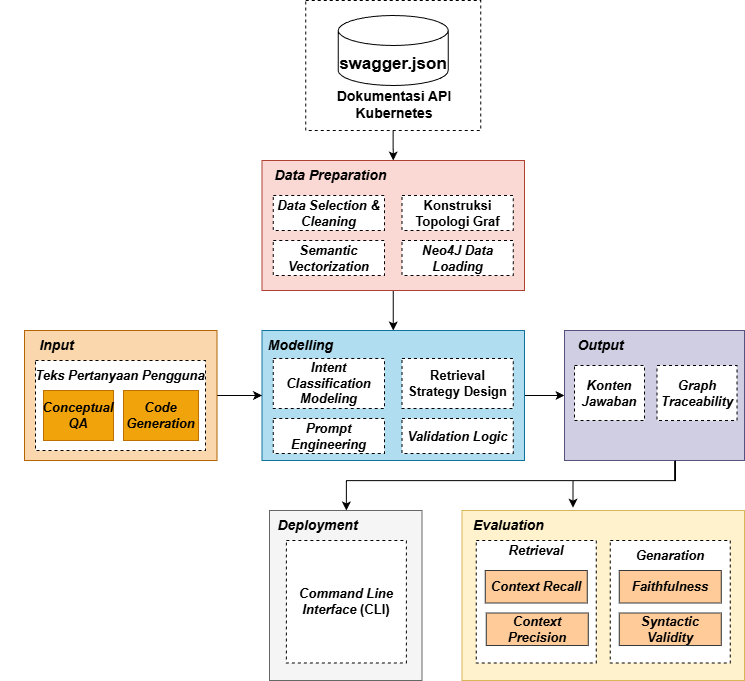
Above: docs/TA-STI-template-1.0/images/Solusi-Methodology.png in jijiau/Tugas-Akhir-GraphRAG-Kubernetes (draw.io), before the change. Source tidied: cells renumbered, new cells last; positions are measured from the earlier drawing's top-left corner, leaving out a move shared by most shapes. Source of this version:
```xml
<mxGraphModel>
  <root>
    <mxCell id="0" />
    <mxCell id="1" parent="0" />
    <mxCell id="2" style="edgeStyle=orthogonalEdgeStyle;rounded=0;jettySize=auto;html=1;entryX=0.5;entryY=0;entryDx=0;entryDy=0;fontSize=13;fontStyle=1;" parent="1" edge="1" source="3" target="7">
      <mxGeometry relative="1" as="geometry" />
    </mxCell>
    <mxCell id="3" style="rounded=0;whiteSpace=wrap;html=1;dashed=1;fontStyle=1;" parent="1" vertex="1">
      <mxGeometry x="305.2" width="175" height="130" as="geometry" />
    </mxCell>
    <mxCell id="4" value="swagger.json" style="shape=cylinder3;whiteSpace=wrap;html=1;boundedLbl=1;backgroundOutline=1;size=15;fontSize=17;fontStyle=1;" parent="1" vertex="1">
      <mxGeometry x="337.8" y="15" width="110" height="70" as="geometry" />
    </mxCell>
    <mxCell id="5" value="Dokumentasi API Kubernetes" style="text;html=1;whiteSpace=wrap;strokeColor=none;fillColor=none;align=center;verticalAlign=middle;rounded=0;fontStyle=1;fontSize=14;" parent="1" vertex="1">
      <mxGeometry x="327.2" y="89" width="133.8" height="30" as="geometry" />
    </mxCell>
    <mxCell id="6" style="edgeStyle=orthogonalEdgeStyle;rounded=0;jettySize=auto;html=1;fontSize=13;fontStyle=1;" parent="1" edge="1" source="7" target="14">
      <mxGeometry relative="1" as="geometry" />
    </mxCell>
    <mxCell id="7" style="rounded=0;whiteSpace=wrap;html=1;fillColor=#fad9d5;strokeColor=#ae4132;fontSize=13;fontStyle=1;" parent="1" vertex="1">
      <mxGeometry x="261.5" y="160" width="262.5" height="130" as="geometry" />
    </mxCell>
    <mxCell id="8" value="Data Preparation" style="text;html=1;whiteSpace=wrap;strokeColor=none;fillColor=none;align=center;verticalAlign=middle;rounded=0;fontStyle=3;strokeWidth=2;labelBorderColor=none;fontSize=14;" parent="1" vertex="1">
      <mxGeometry x="248.5" y="160" width="162.5" height="30" as="geometry" />
    </mxCell>
    <mxCell id="9" value="&lt;i&gt;Data Selection &amp;amp; Cleaning&lt;/i&gt;" style="rounded=0;whiteSpace=wrap;html=1;dashed=1;fontSize=13;fontStyle=1;" parent="1" vertex="1">
      <mxGeometry x="272.8" y="195" width="111.2" height="35" as="geometry" />
    </mxCell>
    <mxCell id="10" value="Konstruksi Topologi Graf" style="rounded=0;whiteSpace=wrap;html=1;dashed=1;fontSize=13;fontStyle=1;" parent="1" vertex="1">
      <mxGeometry x="401.5" y="195" width="111.2" height="35" as="geometry" />
    </mxCell>
    <mxCell id="11" value="&lt;i&gt;Semantic Vectorization&lt;/i&gt;" style="rounded=0;whiteSpace=wrap;html=1;dashed=1;fontSize=13;fontStyle=1;" parent="1" vertex="1">
      <mxGeometry x="272.8" y="240" width="111.2" height="35" as="geometry" />
    </mxCell>
    <mxCell id="12" value="&lt;i&gt;Neo4J Data Loading&lt;/i&gt;" style="rounded=0;whiteSpace=wrap;html=1;dashed=1;fontSize=13;fontStyle=1;" parent="1" vertex="1">
      <mxGeometry x="401.5" y="240" width="111.2" height="35" as="geometry" />
    </mxCell>
    <mxCell id="13" style="edgeStyle=orthogonalEdgeStyle;rounded=0;jettySize=auto;html=1;entryX=0;entryY=0.5;entryDx=0;entryDy=0;fontSize=13;fontStyle=1;" parent="1" edge="1" target="28">
      <mxGeometry relative="1" as="geometry">
        <mxPoint x="504" y="395" as="sourcePoint" />
      </mxGeometry>
    </mxCell>
    <mxCell id="14" style="rounded=0;whiteSpace=wrap;html=1;fillColor=#b1ddf0;strokeColor=#10739e;fontSize=13;fontStyle=1;" parent="1" vertex="1">
      <mxGeometry x="261.5" y="330" width="262.5" height="130" as="geometry" />
    </mxCell>
    <mxCell id="15" value="&lt;i&gt;Modelling&lt;/i&gt;" style="text;html=1;whiteSpace=wrap;strokeColor=none;fillColor=none;align=center;verticalAlign=middle;rounded=0;fontStyle=1;strokeWidth=2;labelBorderColor=none;fontSize=14;" parent="1" vertex="1">
      <mxGeometry x="244" y="330" width="112.5" height="30" as="geometry" />
    </mxCell>
    <mxCell id="16" value="&lt;i&gt;&lt;font style=&quot;font-size: 13px;&quot;&gt;Intent Classification Modeling&lt;/font&gt;&lt;/i&gt;" style="rounded=0;whiteSpace=wrap;html=1;dashed=1;fontSize=12;fontStyle=1;" parent="1" vertex="1">
      <mxGeometry x="272.8" y="358" width="111.2" height="50" as="geometry" />
    </mxCell>
    <mxCell id="17" value="Retrieval Strategy Design" style="rounded=0;whiteSpace=wrap;html=1;dashed=1;fontSize=13;fontStyle=1;" parent="1" vertex="1">
      <mxGeometry x="401.5" y="358" width="111.2" height="50" as="geometry" />
    </mxCell>
    <mxCell id="18" value="&lt;i&gt;Prompt Engineering&lt;/i&gt;" style="rounded=0;whiteSpace=wrap;html=1;dashed=1;fontSize=13;fontStyle=1;" parent="1" vertex="1">
      <mxGeometry x="272.8" y="418" width="111.2" height="35" as="geometry" />
    </mxCell>
    <mxCell id="19" value="&lt;i&gt;Validation Logic&lt;/i&gt;" style="rounded=0;whiteSpace=wrap;html=1;dashed=1;fontSize=13;fontStyle=1;" parent="1" vertex="1">
      <mxGeometry x="401.5" y="418" width="111.2" height="35" as="geometry" />
    </mxCell>
    <mxCell id="20" style="edgeStyle=orthogonalEdgeStyle;rounded=0;jettySize=auto;html=1;entryX=0;entryY=0.5;entryDx=0;entryDy=0;fontSize=13;fontStyle=1;" parent="1" edge="1" source="21" target="14">
      <mxGeometry relative="1" as="geometry" />
    </mxCell>
    <mxCell id="21" style="rounded=0;whiteSpace=wrap;html=1;fillColor=#fad7ac;strokeColor=#b46504;fontSize=13;fontStyle=1;" parent="1" vertex="1">
      <mxGeometry x="24" y="330" width="192.5" height="130" as="geometry" />
    </mxCell>
    <mxCell id="22" value="Input" style="text;html=1;whiteSpace=wrap;strokeColor=none;fillColor=none;align=center;verticalAlign=middle;rounded=0;fontStyle=3;strokeWidth=2;labelBorderColor=none;fontSize=14;" parent="1" vertex="1">
      <mxGeometry x="-0.5" y="330" width="112.5" height="30" as="geometry" />
    </mxCell>
    <mxCell id="23" style="rounded=0;whiteSpace=wrap;html=1;dashed=1;fontSize=13;fontStyle=1;" parent="1" vertex="1">
      <mxGeometry x="35" y="360" width="170" height="90" as="geometry" />
    </mxCell>
    <mxCell id="24" value="&lt;i style=&quot;&quot;&gt;Teks Pertanyaan Pengguna&lt;/i&gt;" style="text;html=1;whiteSpace=wrap;strokeColor=none;fillColor=none;align=center;verticalAlign=middle;rounded=0;fontStyle=1;strokeWidth=2;labelBorderColor=none;fontSize=13;" parent="1" vertex="1">
      <mxGeometry x="30.2" y="360" width="180" height="30" as="geometry" />
    </mxCell>
    <mxCell id="25" value="&lt;i&gt;Conceptual QA&lt;/i&gt;" style="rounded=0;whiteSpace=wrap;html=1;fillColor=#f0a30a;fontColor=#000000;strokeColor=#BD7000;fontSize=13;fontStyle=1;" parent="1" vertex="1">
      <mxGeometry x="43" y="390" width="70" height="50" as="geometry" />
    </mxCell>
    <mxCell id="26" value="&lt;i&gt;Code Generation&lt;/i&gt;" style="rounded=0;whiteSpace=wrap;html=1;fillColor=#f0a30a;fontColor=#000000;strokeColor=#BD7000;fontSize=13;fontStyle=1;" parent="1" vertex="1">
      <mxGeometry x="123" y="390" width="75" height="50" as="geometry" />
    </mxCell>
    <mxCell id="27" style="edgeStyle=orthogonalEdgeStyle;rounded=0;jettySize=auto;html=1;entryX=0.75;entryY=0;entryDx=0;entryDy=0;exitX=0.423;exitY=1;exitDx=0;exitDy=0;exitPerimeter=0;fontSize=13;fontStyle=1;" parent="1" edge="1" target="44">
      <mxGeometry relative="1" as="geometry">
        <mxPoint x="678" y="460" as="sourcePoint" />
        <Array as="points">
          <mxPoint x="674" y="460" />
          <mxPoint x="674" y="480" />
          <mxPoint x="346" y="480" />
        </Array>
      </mxGeometry>
    </mxCell>
    <mxCell id="28" style="rounded=0;whiteSpace=wrap;html=1;fillColor=#d0cee2;strokeColor=#56517e;fontSize=13;fontStyle=1;" parent="1" vertex="1">
      <mxGeometry x="564" y="330" width="180" height="130" as="geometry" />
    </mxCell>
    <mxCell id="29" value="&lt;i&gt;Output&lt;/i&gt;" style="text;html=1;whiteSpace=wrap;strokeColor=none;fillColor=none;align=center;verticalAlign=middle;rounded=0;fontStyle=1;strokeWidth=2;labelBorderColor=none;fontSize=14;" parent="1" vertex="1">
      <mxGeometry x="544" y="330" width="112.5" height="30" as="geometry" />
    </mxCell>
    <mxCell id="30" value="&lt;i&gt;Konten Jawaban&lt;/i&gt;" style="rounded=0;whiteSpace=wrap;html=1;dashed=1;fontSize=13;fontStyle=1;" parent="1" vertex="1">
      <mxGeometry x="574" y="365" width="70" height="55" as="geometry" />
    </mxCell>
    <mxCell id="31" value="&lt;i&gt;Graph Traceability&lt;/i&gt;" style="rounded=0;whiteSpace=wrap;html=1;dashed=1;fontSize=13;fontStyle=1;" parent="1" vertex="1">
      <mxGeometry x="656.5" y="365" width="80" height="55" as="geometry" />
    </mxCell>
    <mxCell id="32" style="rounded=0;whiteSpace=wrap;html=1;fillColor=#fff2cc;strokeColor=#d6b656;fontSize=13;fontStyle=1;" parent="1" vertex="1">
      <mxGeometry x="461.5" y="510" width="282.5" height="170" as="geometry" />
    </mxCell>
    <mxCell id="33" value="&lt;i&gt;Evaluation&lt;/i&gt;" style="text;html=1;whiteSpace=wrap;strokeColor=none;fillColor=none;align=center;verticalAlign=middle;rounded=0;fontStyle=1;strokeWidth=2;labelBorderColor=none;fontSize=14;" parent="1" vertex="1">
      <mxGeometry x="451.5" y="510" width="112.5" height="30" as="geometry" />
    </mxCell>
    <mxCell id="34" style="rounded=0;whiteSpace=wrap;html=1;dashed=1;fontSize=13;fontStyle=1;" parent="1" vertex="1">
      <mxGeometry x="475.8" y="540" width="120" height="122.5" as="geometry" />
    </mxCell>
    <mxCell id="35" style="rounded=0;whiteSpace=wrap;html=1;dashed=1;fontSize=13;fontStyle=1;" parent="1" vertex="1">
      <mxGeometry x="609.8" y="540" width="120" height="122.5" as="geometry" />
    </mxCell>
    <mxCell id="36" value="&lt;i style=&quot;&quot;&gt;Retrieval&lt;/i&gt;" style="text;html=1;whiteSpace=wrap;strokeColor=none;fillColor=none;align=center;verticalAlign=middle;rounded=0;fontStyle=1;strokeWidth=2;labelBorderColor=none;fontSize=13;" parent="1" vertex="1">
      <mxGeometry x="485.8" y="530" width="100" height="40" as="geometry" />
    </mxCell>
    <mxCell id="37" value="&lt;i style=&quot;&quot;&gt;Genaration&lt;/i&gt;" style="text;html=1;whiteSpace=wrap;strokeColor=none;fillColor=none;align=center;verticalAlign=middle;rounded=0;fontStyle=1;strokeWidth=2;labelBorderColor=none;fontSize=13;" parent="1" vertex="1">
      <mxGeometry x="619.8" y="540" width="100" height="30" as="geometry" />
    </mxCell>
    <mxCell id="38" value="&lt;i&gt;Context Recall&lt;/i&gt;" style="rounded=0;whiteSpace=wrap;html=1;fillColor=#ffcc99;strokeColor=#36393d;fontSize=13;fontStyle=1;" parent="1" vertex="1">
      <mxGeometry x="484.8" y="570" width="102" height="32.5" as="geometry" />
    </mxCell>
    <mxCell id="39" value="&lt;i&gt;Context Precision&lt;/i&gt;" style="rounded=0;whiteSpace=wrap;html=1;fillColor=#ffcc99;strokeColor=#36393d;fontSize=13;fontStyle=1;" parent="1" vertex="1">
      <mxGeometry x="485.8" y="612.5" width="102" height="32.5" as="geometry" />
    </mxCell>
    <mxCell id="40" value="&lt;i&gt;Faithfulness&lt;/i&gt;" style="rounded=0;whiteSpace=wrap;html=1;fillColor=#ffcc99;strokeColor=#36393d;fontSize=13;fontStyle=1;" parent="1" vertex="1">
      <mxGeometry x="618.8" y="570" width="102" height="32.5" as="geometry" />
    </mxCell>
    <mxCell id="41" value="&lt;i&gt;Syntactic Validity&lt;/i&gt;" style="rounded=0;whiteSpace=wrap;html=1;fillColor=#ffcc99;strokeColor=#36393d;fontSize=13;fontStyle=1;" parent="1" vertex="1">
      <mxGeometry x="618.8" y="612.5" width="102" height="32.5" as="geometry" />
    </mxCell>
    <mxCell id="42" style="edgeStyle=orthogonalEdgeStyle;rounded=0;jettySize=auto;html=1;entryX=0.393;entryY=-0.017;entryDx=0;entryDy=0;entryPerimeter=0;fontSize=13;fontStyle=1;" parent="1" edge="1" target="32">
      <mxGeometry relative="1" as="geometry">
        <mxPoint x="675" y="460" as="sourcePoint" />
        <Array as="points">
          <mxPoint x="675" y="480" />
          <mxPoint x="572" y="480" />
        </Array>
      </mxGeometry>
    </mxCell>
    <mxCell id="43" style="rounded=0;whiteSpace=wrap;html=1;fillColor=#f5f5f5;strokeColor=#666666;fontColor=#333333;fontSize=13;fontStyle=1;" parent="1" vertex="1">
      <mxGeometry x="269" y="510" width="152.5" height="170" as="geometry" />
    </mxCell>
    <mxCell id="44" value="&lt;i&gt;Deployment&lt;/i&gt;" style="text;html=1;whiteSpace=wrap;strokeColor=none;fillColor=none;align=center;verticalAlign=middle;rounded=0;fontStyle=1;strokeWidth=2;labelBorderColor=none;fontSize=14;" parent="1" vertex="1">
      <mxGeometry x="261.5" y="510" width="112.5" height="30" as="geometry" />
    </mxCell>
    <mxCell id="45" value="&lt;i&gt;Command Line Interface &lt;/i&gt;(CLI)" style="rounded=0;whiteSpace=wrap;html=1;dashed=1;fontSize=13;fontStyle=1;" parent="1" vertex="1">
      <mxGeometry x="285.9" y="540" width="120" height="122.5" as="geometry" />
    </mxCell>
  </root>
</mxGraphModel>
```
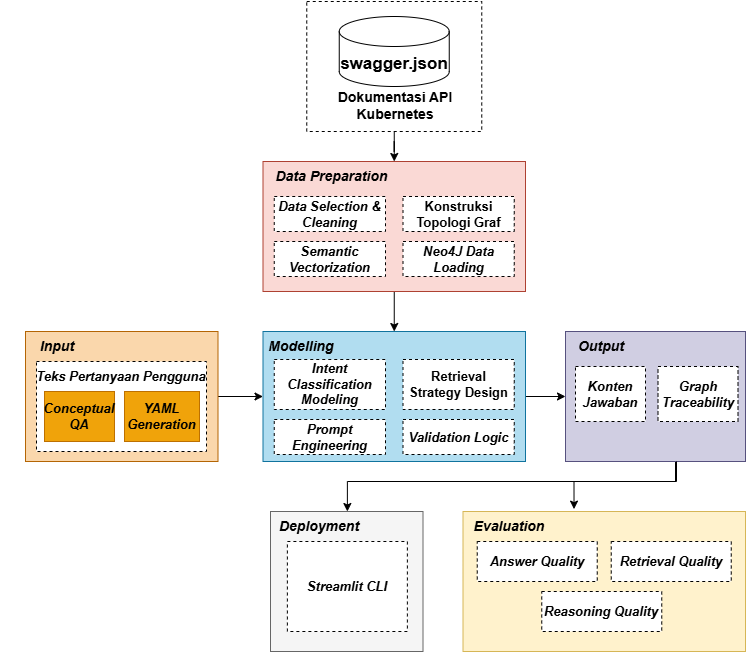
The same file after the commit.

Change to the diagram source:
```diff
@@ -76,7 +76,7 @@
     <mxCell id="25" value="&lt;i&gt;Conceptual QA&lt;/i&gt;" style="rounded=0;whiteSpace=wrap;html=1;fillColor=#f0a30a;fontColor=#000000;strokeColor=#BD7000;fontSize=13;fontStyle=1;" parent="1" vertex="1">
       <mxGeometry x="43" y="390" width="70" height="50" as="geometry" />
     </mxCell>
-    <mxCell id="26" value="&lt;i&gt;Code Generation&lt;/i&gt;" style="rounded=0;whiteSpace=wrap;html=1;fillColor=#f0a30a;fontColor=#000000;strokeColor=#BD7000;fontSize=13;fontStyle=1;" parent="1" vertex="1">
+    <mxCell id="26" value="&lt;i&gt;YAML Generation&lt;/i&gt;" style="rounded=0;whiteSpace=wrap;html=1;fillColor=#f0a30a;fontColor=#000000;strokeColor=#BD7000;fontSize=13;fontStyle=1;" parent="1" vertex="1">
       <mxGeometry x="123" y="390" width="75" height="50" as="geometry" />
     </mxCell>
     <mxCell id="27" style="edgeStyle=orthogonalEdgeStyle;rounded=0;jettySize=auto;html=1;entryX=0.75;entryY=0;entryDx=0;entryDy=0;exitX=0.423;exitY=1;exitDx=0;exitDy=0;exitPerimeter=0;fontSize=13;fontStyle=1;" parent="1" edge="1" target="44">
@@ -102,35 +102,23 @@
       <mxGeometry x="656.5" y="365" width="80" height="55" as="geometry" />
     </mxCell>
     <mxCell id="32" style="rounded=0;whiteSpace=wrap;html=1;fillColor=#fff2cc;strokeColor=#d6b656;fontSize=13;fontStyle=1;" parent="1" vertex="1">
-      <mxGeometry x="461.5" y="510" width="282.5" height="170" as="geometry" />
+      <mxGeometry x="461.5" y="510" width="282.5" height="140" as="geometry" />
     </mxCell>
     <mxCell id="33" value="&lt;i&gt;Evaluation&lt;/i&gt;" style="text;html=1;whiteSpace=wrap;strokeColor=none;fillColor=none;align=center;verticalAlign=middle;rounded=0;fontStyle=1;strokeWidth=2;labelBorderColor=none;fontSize=14;" parent="1" vertex="1">
       <mxGeometry x="451.5" y="510" width="112.5" height="30" as="geometry" />
     </mxCell>
     <mxCell id="34" style="rounded=0;whiteSpace=wrap;html=1;dashed=1;fontSize=13;fontStyle=1;" parent="1" vertex="1">
-      <mxGeometry x="475.8" y="540" width="120" height="122.5" as="geometry" />
+      <mxGeometry x="475.8" y="540" width="120" height="40" as="geometry" />
     </mxCell>
     <mxCell id="35" style="rounded=0;whiteSpace=wrap;html=1;dashed=1;fontSize=13;fontStyle=1;" parent="1" vertex="1">
-      <mxGeometry x="609.8" y="540" width="120" height="122.5" as="geometry" />
+      <mxGeometry x="609.8" y="540" width="120" height="40" as="geometry" />
     </mxCell>
-    <mxCell id="36" value="&lt;i style=&quot;&quot;&gt;Retrieval&lt;/i&gt;" style="text;html=1;whiteSpace=wrap;strokeColor=none;fillColor=none;align=center;verticalAlign=middle;rounded=0;fontStyle=1;strokeWidth=2;labelBorderColor=none;fontSize=13;" parent="1" vertex="1">
-      <mxGeometry x="485.8" y="530" width="100" height="40" as="geometry" />
+    <mxCell id="36" value="&lt;i style=&quot;&quot;&gt;Answer Quality&lt;/i&gt;" style="text;html=1;whiteSpace=wrap;strokeColor=none;fillColor=none;align=center;verticalAlign=middle;rounded=0;fontStyle=1;strokeWidth=2;labelBorderColor=none;fontSize=13;" parent="1" vertex="1">
+      <mxGeometry x="485.8" y="540" width="100" height="40" as="geometry" />
     </mxCell>
-    <mxCell id="37" value="&lt;i style=&quot;&quot;&gt;Genaration&lt;/i&gt;" style="text;html=1;whiteSpace=wrap;strokeColor=none;fillColor=none;align=center;verticalAlign=middle;rounded=0;fontStyle=1;strokeWidth=2;labelBorderColor=none;fontSize=13;" parent="1" vertex="1">
-      <mxGeometry x="619.8" y="540" width="100" height="30" as="geometry" />
+    <mxCell id="37" value="&lt;i&gt;Retrieval Quality&lt;/i&gt;" style="text;html=1;whiteSpace=wrap;strokeColor=none;fillColor=none;align=center;verticalAlign=middle;rounded=0;fontStyle=1;strokeWidth=2;labelBorderColor=none;fontSize=13;" parent="1" vertex="1">
+      <mxGeometry x="616.9" y="545" width="105.8" height="30" as="geometry" />
     </mxCell>
-    <mxCell id="38" value="&lt;i&gt;Context Recall&lt;/i&gt;" style="rounded=0;whiteSpace=wrap;html=1;fillColor=#ffcc99;strokeColor=#36393d;fontSize=13;fontStyle=1;" parent="1" vertex="1">
-      <mxGeometry x="484.8" y="570" width="102" height="32.5" as="geometry" />
-    </mxCell>
-    <mxCell id="39" value="&lt;i&gt;Context Precision&lt;/i&gt;" style="rounded=0;whiteSpace=wrap;html=1;fillColor=#ffcc99;strokeColor=#36393d;fontSize=13;fontStyle=1;" parent="1" vertex="1">
-      <mxGeometry x="485.8" y="612.5" width="102" height="32.5" as="geometry" />
-    </mxCell>
-    <mxCell id="40" value="&lt;i&gt;Faithfulness&lt;/i&gt;" style="rounded=0;whiteSpace=wrap;html=1;fillColor=#ffcc99;strokeColor=#36393d;fontSize=13;fontStyle=1;" parent="1" vertex="1">
-      <mxGeometry x="618.8" y="570" width="102" height="32.5" as="geometry" />
-    </mxCell>
-    <mxCell id="41" value="&lt;i&gt;Syntactic Validity&lt;/i&gt;" style="rounded=0;whiteSpace=wrap;html=1;fillColor=#ffcc99;strokeColor=#36393d;fontSize=13;fontStyle=1;" parent="1" vertex="1">
-      <mxGeometry x="618.8" y="612.5" width="102" height="32.5" as="geometry" />
-    </mxCell>
     <mxCell id="42" style="edgeStyle=orthogonalEdgeStyle;rounded=0;jettySize=auto;html=1;entryX=0.393;entryY=-0.017;entryDx=0;entryDy=0;entryPerimeter=0;fontSize=13;fontStyle=1;" parent="1" edge="1" target="32">
       <mxGeometry relative="1" as="geometry">
         <mxPoint x="675" y="460" as="sourcePoint" />
@@ -141,13 +129,19 @@
       </mxGeometry>
     </mxCell>
     <mxCell id="43" style="rounded=0;whiteSpace=wrap;html=1;fillColor=#f5f5f5;strokeColor=#666666;fontColor=#333333;fontSize=13;fontStyle=1;" parent="1" vertex="1">
-      <mxGeometry x="269" y="510" width="152.5" height="170" as="geometry" />
+      <mxGeometry x="269" y="510" width="152.5" height="140" as="geometry" />
     </mxCell>
     <mxCell id="44" value="&lt;i&gt;Deployment&lt;/i&gt;" style="text;html=1;whiteSpace=wrap;strokeColor=none;fillColor=none;align=center;verticalAlign=middle;rounded=0;fontStyle=1;strokeWidth=2;labelBorderColor=none;fontSize=14;" parent="1" vertex="1">
       <mxGeometry x="261.5" y="510" width="112.5" height="30" as="geometry" />
     </mxCell>
-    <mxCell id="45" value="&lt;i&gt;Command Line Interface &lt;/i&gt;(CLI)" style="rounded=0;whiteSpace=wrap;html=1;dashed=1;fontSize=13;fontStyle=1;" parent="1" vertex="1">
-      <mxGeometry x="285.9" y="540" width="120" height="122.5" as="geometry" />
+    <mxCell id="45" value="&lt;i&gt;Streamlit CLI&lt;/i&gt;" style="rounded=0;whiteSpace=wrap;html=1;dashed=1;fontSize=13;fontStyle=1;" parent="1" vertex="1">
+      <mxGeometry x="285.9" y="540" width="120" height="90" as="geometry" />
     </mxCell>
+    <mxCell id="46" value="&lt;i&gt;Retrieval Quality&lt;/i&gt;" style="text;html=1;whiteSpace=wrap;strokeColor=none;fillColor=none;align=center;verticalAlign=middle;rounded=0;fontStyle=1;strokeWidth=2;labelBorderColor=none;fontSize=13;" parent="1" vertex="1">
+      <mxGeometry x="547.4" y="595" width="105.8" height="30" as="geometry" />
+    </mxCell>
+    <mxCell id="47" value="&lt;i&gt;Reasoning Quality&lt;/i&gt;" style="rounded=0;whiteSpace=wrap;html=1;dashed=1;fontSize=13;fontStyle=1;" parent="1" vertex="1">
+      <mxGeometry x="540.2" y="590" width="120" height="40" as="geometry" />
+    </mxCell>
   </root>
 </mxGraphModel>
```
